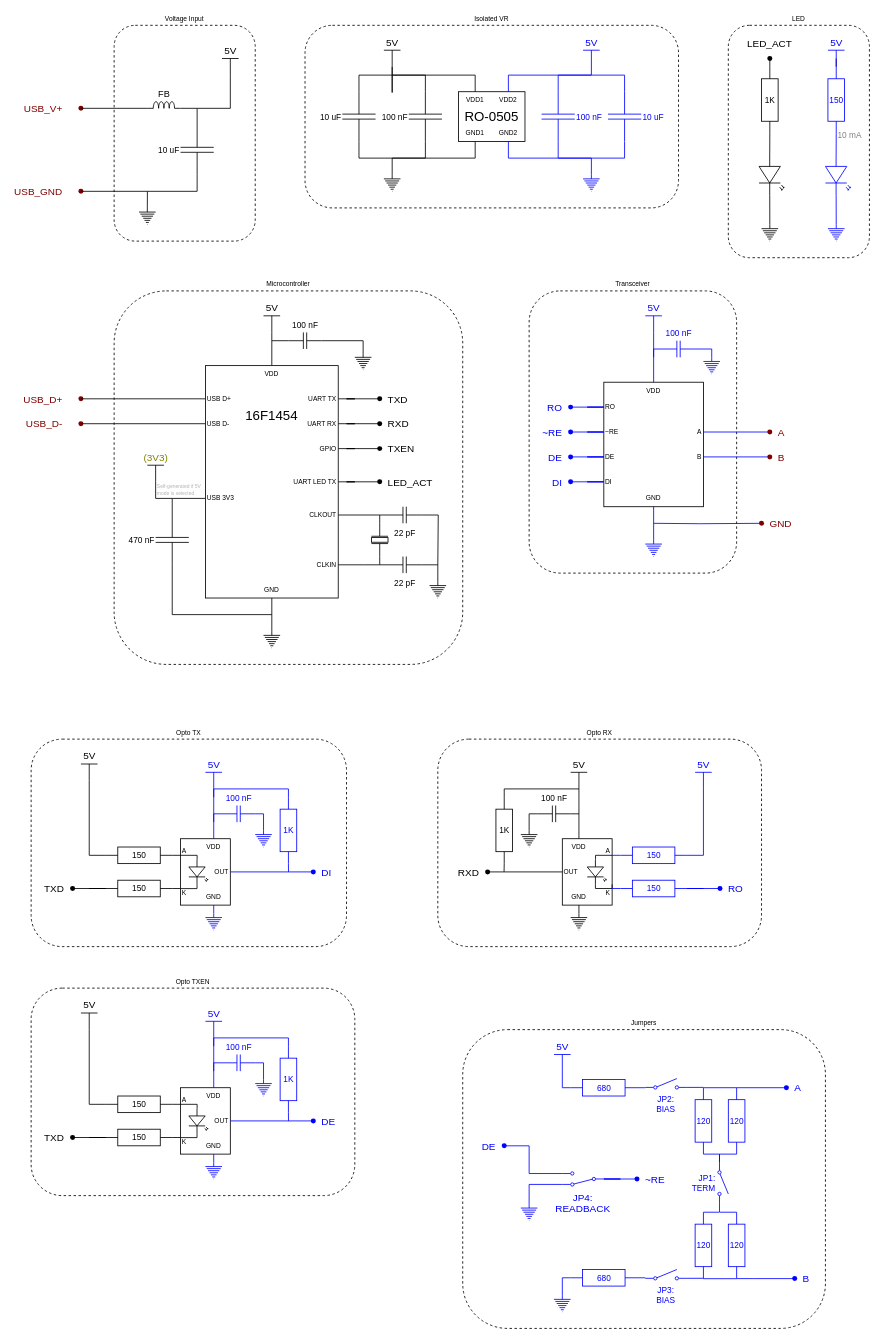
medo64/Januska keeps this draw.io diagram as Hardware/src/Januska [A].drawio. Above is the earlier version. Source tidied: cells renumbered, new cells numbered last; positions are measured from the earlier drawing's top-left corner, leaving out a move shared by most shapes. Both pictures are drawn from the tidied source at 83%, with x=0, y=0 at pixel (31, 25).
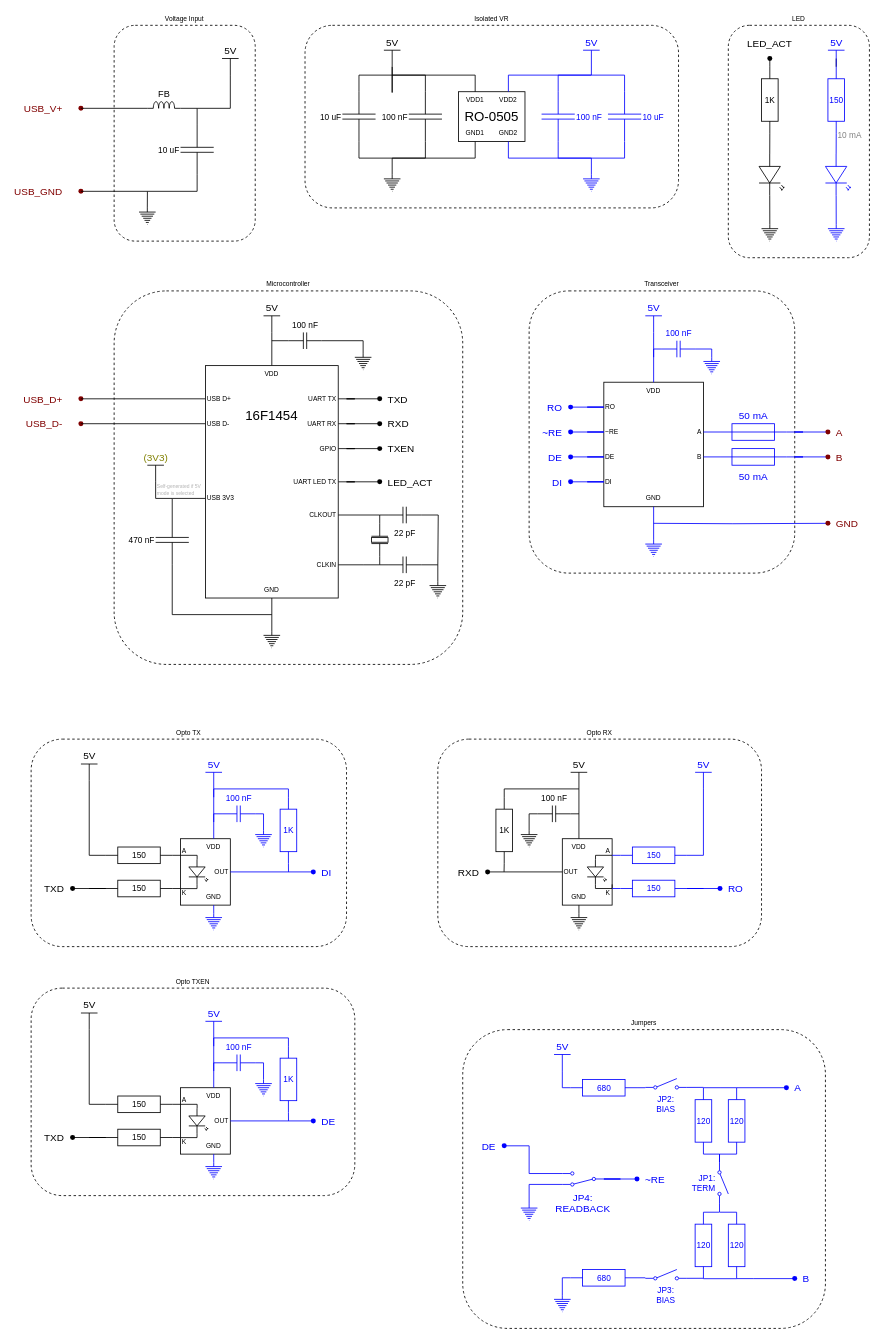
The same diagram, later.

The change refers to these unchanged cells:
```xml
<mxCell id="172" value="A" style="text;html=1;strokeColor=none;fillColor=none;align=right;verticalAlign=middle;whiteSpace=wrap;rounded=0;fontSize=8;" parent="170" vertex="1">
  <mxGeometry x="90" y="50" width="30" height="20" as="geometry" />
</mxCell>
<mxCell id="178" value="B" style="text;html=1;strokeColor=none;fillColor=none;align=right;verticalAlign=middle;whiteSpace=wrap;rounded=0;fontSize=8;" parent="170" vertex="1">
  <mxGeometry x="90" y="80" width="30" height="20" as="geometry" />
</mxCell>
```

The edit, as a diff of the source:
```diff
@@
     <mxCell id="2" value="Transceiver" style="rounded=1;whiteSpace=wrap;html=1;fontSize=8;dashed=1;glass=0;fillColor=none;labelPosition=center;verticalLabelPosition=top;align=center;verticalAlign=bottom;" parent="1" vertex="1">
-      <mxGeometry x="600" y="320" width="250" height="340" as="geometry" />
+      <mxGeometry x="600" y="320" width="320" height="340" as="geometry" />
     </mxCell>
@@
-    <mxCell id="186" style="edgeStyle=orthogonalEdgeStyle;shape=connector;rounded=0;jettySize=auto;html=1;exitX=1;exitY=0.5;exitDx=0;exitDy=0;labelBackgroundColor=default;fontFamily=Helvetica;fontSize=11;fontColor=#800000;endArrow=none;endFill=0;strokeColor=#0000FF;" parent="1" edge="1" source="172" target="188">
+    <mxCell id="186" style="edgeStyle=orthogonalEdgeStyle;shape=connector;rounded=0;jettySize=auto;html=1;labelBackgroundColor=default;fontFamily=Helvetica;fontSize=11;fontColor=#800000;endArrow=none;endFill=0;strokeColor=#0000FF;exitX=1;exitY=0.5;exitDx=0;exitDy=0;exitPerimeter=0;" parent="1" edge="1" source="272" target="188">
       <mxGeometry relative="1" as="geometry" />
     </mxCell>
-    <mxCell id="187" style="edgeStyle=orthogonalEdgeStyle;shape=connector;rounded=0;jettySize=auto;html=1;exitX=1;exitY=0.5;exitDx=0;exitDy=0;labelBackgroundColor=default;fontFamily=Helvetica;fontSize=11;fontColor=#800000;endArrow=none;endFill=0;strokeColor=#0000FF;" parent="1" edge="1" source="178" target="189">
+    <mxCell id="187" style="edgeStyle=orthogonalEdgeStyle;shape=connector;rounded=0;jettySize=auto;html=1;labelBackgroundColor=default;fontFamily=Helvetica;fontSize=11;fontColor=#800000;endArrow=none;endFill=0;strokeColor=#0000FF;exitX=1;exitY=0.5;exitDx=0;exitDy=0;exitPerimeter=0;" parent="1" edge="1" source="274" target="189">
       <mxGeometry relative="1" as="geometry" />
     </mxCell>
     <mxCell id="188" value="A" style="shape=waypoint;sketch=0;fillStyle=solid;size=6;points=[];fillColor=none;perimeter=centerPerimeter;snapToPoint=1;strokeColor=#800000;labelPosition=right;verticalLabelPosition=middle;align=left;verticalAlign=middle;fontColor=#800000;spacingTop=0;spacingLeft=-12;" parent="1" vertex="1">
-      <mxGeometry x="870" y="470" width="40" height="40" as="geometry" />
+      <mxGeometry x="940" y="470" width="40" height="40" as="geometry" />
     </mxCell>
     <mxCell id="189" value="B" style="shape=waypoint;sketch=0;fillStyle=solid;size=6;points=[];fillColor=none;perimeter=centerPerimeter;snapToPoint=1;strokeColor=#800000;labelPosition=right;verticalLabelPosition=middle;align=left;verticalAlign=middle;fontColor=#800000;spacingTop=0;spacingLeft=-12;" parent="1" vertex="1">
-      <mxGeometry x="870" y="500" width="40" height="40" as="geometry" />
+      <mxGeometry x="940" y="500" width="40" height="40" as="geometry" />
     </mxCell>
@@
     <mxCell id="193" value="GND" style="shape=waypoint;sketch=0;fillStyle=solid;size=6;points=[];fillColor=none;perimeter=centerPerimeter;snapToPoint=1;strokeColor=#800000;labelPosition=right;verticalLabelPosition=middle;align=left;verticalAlign=middle;fontColor=#800000;spacingTop=0;spacingLeft=-12;" parent="1" vertex="1">
-      <mxGeometry x="860" y="580" width="40" height="40" as="geometry" />
+      <mxGeometry x="940" y="580" width="40" height="40" as="geometry" />
     </mxCell>
@@
+    <mxCell id="272" value="50 mA" style="verticalLabelPosition=top;shadow=0;dashed=0;align=center;html=1;verticalAlign=bottom;shape=mxgraph.electrical.miscellaneous.fuse_2;strokeColor=#0000FF;fontColor=#0000FF;labelPosition=center;" parent="1" vertex="1">
+      <mxGeometry x="830" y="480" width="80" height="20" as="geometry" />
+    </mxCell>
+    <mxCell id="273" style="edgeStyle=orthogonalEdgeStyle;shape=connector;rounded=0;jettySize=auto;html=1;exitX=1;exitY=0.5;exitDx=0;exitDy=0;labelBackgroundColor=default;fontFamily=Helvetica;fontSize=11;fontColor=#800000;endArrow=none;endFill=0;strokeColor=#0000FF;" parent="1" edge="1" source="172">
+      <mxGeometry relative="1" as="geometry">
+        <mxPoint x="830" y="490" as="targetPoint" />
+      </mxGeometry>
+    </mxCell>
+    <mxCell id="274" value="50 mA" style="verticalLabelPosition=bottom;shadow=0;dashed=0;align=center;html=1;verticalAlign=top;shape=mxgraph.electrical.miscellaneous.fuse_2;strokeColor=#0000FF;fontColor=#0000FF;" parent="1" vertex="1">
+      <mxGeometry x="830" y="510" width="80" height="20" as="geometry" />
+    </mxCell>
+    <mxCell id="275" style="edgeStyle=orthogonalEdgeStyle;shape=connector;rounded=0;jettySize=auto;html=1;labelBackgroundColor=default;fontFamily=Helvetica;fontSize=11;fontColor=#800000;endArrow=none;endFill=0;strokeColor=#0000FF;exitX=1;exitY=0.5;exitDx=0;exitDy=0;entryX=0;entryY=0.5;entryDx=0;entryDy=0;entryPerimeter=0;" parent="1" edge="1" source="178" target="274">
+      <mxGeometry relative="1" as="geometry" />
+    </mxCell>
```
